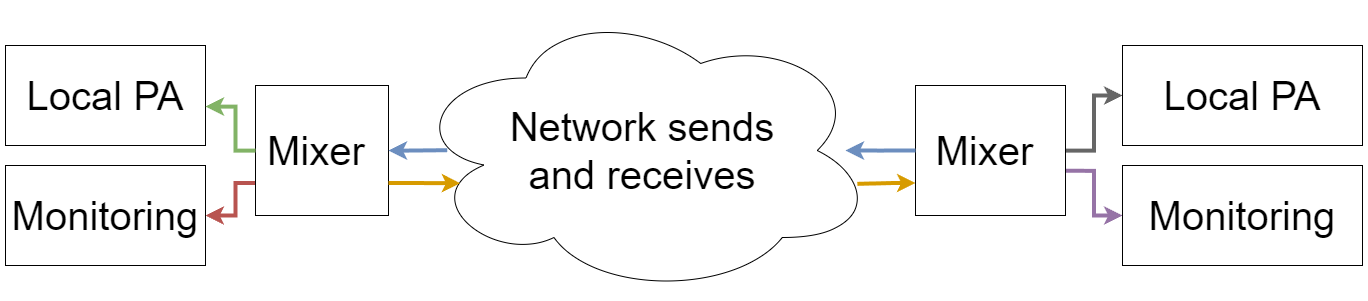
Above: public/img/nmp-quality-mixer-req.png in aleksati/aleksati (draw.io), before the change. Source tidied: cells renumbered, new cells last; positions are measured from the earlier drawing's top-left corner, leaving out a move shared by most shapes. The source it was exported from:
```xml
<mxGraphModel>
  <root>
    <mxCell id="0" />
    <mxCell id="1" parent="0" />
    <mxCell id="2" style="edgeStyle=orthogonalEdgeStyle;rounded=0;jettySize=auto;html=1;exitX=0;exitY=0.75;exitDx=0;exitDy=0;strokeWidth=4;fillColor=#f8cecc;strokeColor=#b85450;entryX=1;entryY=0.5;entryDx=0;entryDy=0;" parent="1" edge="1" source="3" target="5">
      <mxGeometry relative="1" as="geometry">
        <Array as="points">
          <mxPoint x="230" y="178" />
          <mxPoint x="230" y="210" />
        </Array>
      </mxGeometry>
    </mxCell>
    <mxCell id="3" value="&lt;font style=&quot;font-size: 40px;&quot;&gt;Mixer&amp;nbsp;&lt;/font&gt;" style="rounded=0;whiteSpace=wrap;html=1;" parent="1" vertex="1">
      <mxGeometry x="250" y="80" width="133" height="130" as="geometry" />
    </mxCell>
    <mxCell id="4" value="&lt;font style=&quot;font-size: 40px;&quot;&gt;Local PA&lt;/font&gt;" style="rounded=0;whiteSpace=wrap;html=1;" parent="1" vertex="1">
      <mxGeometry y="40" width="200" height="100" as="geometry" />
    </mxCell>
    <mxCell id="5" value="&lt;span style=&quot;font-size: 40px;&quot;&gt;Monitoring&lt;/span&gt;" style="rounded=0;whiteSpace=wrap;html=1;" parent="1" vertex="1">
      <mxGeometry y="160" width="200" height="100" as="geometry" />
    </mxCell>
    <mxCell id="6" style="edgeStyle=orthogonalEdgeStyle;rounded=0;jettySize=auto;html=1;strokeWidth=4;fillColor=#d5e8d4;strokeColor=#82b366;" parent="1" edge="1" source="3">
      <mxGeometry relative="1" as="geometry">
        <mxPoint x="200" y="100" as="targetPoint" />
        <Array as="points">
          <mxPoint x="230" y="145" />
          <mxPoint x="230" y="101" />
          <mxPoint x="200" y="101" />
        </Array>
      </mxGeometry>
    </mxCell>
    <mxCell id="7" value="&lt;font style=&quot;font-size: 40px;&quot;&gt;Network sends&lt;br&gt;and receives&lt;/font&gt;" style="ellipse;shape=cloud;whiteSpace=wrap;html=1;" parent="1" vertex="1">
      <mxGeometry x="404" width="466" height="290" as="geometry" />
    </mxCell>
    <mxCell id="8" style="edgeStyle=orthogonalEdgeStyle;rounded=0;jettySize=auto;html=1;strokeWidth=4;fillColor=#f5f5f5;strokeColor=#666666;" parent="1" edge="1" source="10" target="11">
      <mxGeometry relative="1" as="geometry" />
    </mxCell>
    <mxCell id="9" style="edgeStyle=orthogonalEdgeStyle;rounded=0;jettySize=auto;html=1;exitX=0.997;exitY=0.656;exitDx=0;exitDy=0;strokeWidth=4;exitPerimeter=0;fillColor=#e1d5e7;strokeColor=#9673a6;" parent="1" edge="1" source="10" target="12">
      <mxGeometry relative="1" as="geometry" />
    </mxCell>
    <mxCell id="10" value="&lt;font style=&quot;font-size: 40px;&quot;&gt;Mixer&amp;nbsp;&lt;/font&gt;" style="rounded=0;whiteSpace=wrap;html=1;" parent="1" vertex="1">
      <mxGeometry x="910" y="80" width="150" height="130" as="geometry" />
    </mxCell>
    <mxCell id="11" value="&lt;font style=&quot;font-size: 40px;&quot;&gt;Local PA&lt;/font&gt;" style="rounded=0;whiteSpace=wrap;html=1;" parent="1" vertex="1">
      <mxGeometry x="1117" y="40" width="240" height="100" as="geometry" />
    </mxCell>
    <mxCell id="12" value="&lt;span style=&quot;font-size: 40px;&quot;&gt;Monitoring&lt;/span&gt;" style="rounded=0;whiteSpace=wrap;html=1;" parent="1" vertex="1">
      <mxGeometry x="1117" y="160" width="240" height="100" as="geometry" />
    </mxCell>
    <mxCell id="13" style="edgeStyle=orthogonalEdgeStyle;rounded=0;jettySize=auto;html=1;exitX=0;exitY=0.75;exitDx=0;exitDy=0;entryX=0.961;entryY=0.615;entryDx=0;entryDy=0;entryPerimeter=0;strokeWidth=4;fillColor=#ffe6cc;strokeColor=#d79b00;startArrow=classic;startFill=1;endArrow=none;endFill=0;" parent="1" edge="1" source="10" target="7">
      <mxGeometry relative="1" as="geometry" />
    </mxCell>
    <mxCell id="14" style="edgeStyle=orthogonalEdgeStyle;rounded=0;jettySize=auto;html=1;entryX=0.081;entryY=0.499;entryDx=0;entryDy=0;entryPerimeter=0;startArrow=classic;startFill=1;endArrow=none;endFill=0;strokeWidth=4;fillColor=#dae8fc;strokeColor=#6c8ebf;" parent="1" edge="1" source="3" target="7">
      <mxGeometry relative="1" as="geometry" />
    </mxCell>
    <mxCell id="15" style="edgeStyle=orthogonalEdgeStyle;rounded=0;jettySize=auto;html=1;exitX=1;exitY=0.75;exitDx=0;exitDy=0;entryX=0.109;entryY=0.613;entryDx=0;entryDy=0;entryPerimeter=0;fillColor=#ffe6cc;strokeColor=#d79b00;strokeWidth=4;" parent="1" edge="1" source="3" target="7">
      <mxGeometry relative="1" as="geometry" />
    </mxCell>
    <mxCell id="16" style="edgeStyle=orthogonalEdgeStyle;rounded=0;jettySize=auto;html=1;exitX=0;exitY=0.5;exitDx=0;exitDy=0;fillColor=#dae8fc;strokeColor=#6c8ebf;strokeWidth=4;" parent="1" edge="1" source="10">
      <mxGeometry relative="1" as="geometry">
        <mxPoint x="840" y="145" as="targetPoint" />
      </mxGeometry>
    </mxCell>
  </root>
</mxGraphModel>
```
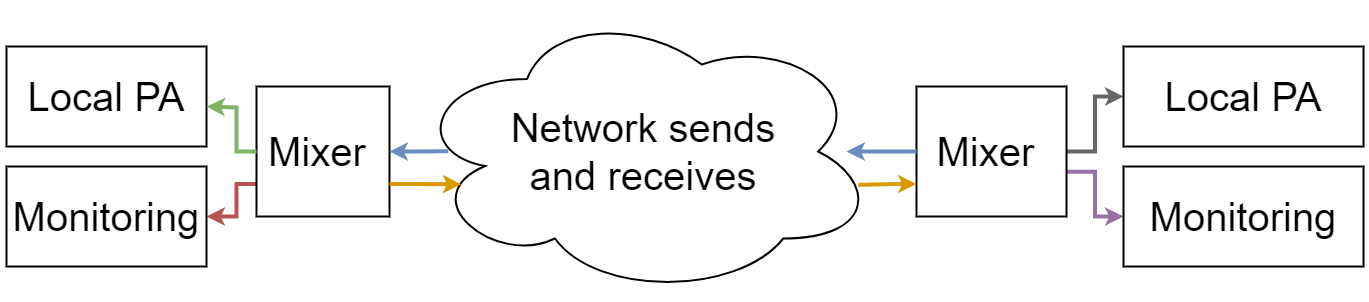
Later version of the same file.

What changed in the source:
```diff
@@ -10,13 +10,13 @@
         </Array>
       </mxGeometry>
     </mxCell>
-    <mxCell id="3" value="&lt;font style=&quot;font-size: 40px;&quot;&gt;Mixer&amp;nbsp;&lt;/font&gt;" style="rounded=0;whiteSpace=wrap;html=1;" parent="1" vertex="1">
+    <mxCell id="3" value="&lt;font style=&quot;font-size: 40px;&quot;&gt;Mixer&amp;nbsp;&lt;/font&gt;" style="rounded=0;whiteSpace=wrap;html=1;strokeWidth=2;" parent="1" vertex="1">
       <mxGeometry x="250" y="80" width="133" height="130" as="geometry" />
     </mxCell>
-    <mxCell id="4" value="&lt;font style=&quot;font-size: 40px;&quot;&gt;Local PA&lt;/font&gt;" style="rounded=0;whiteSpace=wrap;html=1;" parent="1" vertex="1">
+    <mxCell id="4" value="&lt;font style=&quot;font-size: 40px;&quot;&gt;Local PA&lt;/font&gt;" style="rounded=0;whiteSpace=wrap;html=1;strokeWidth=2;" parent="1" vertex="1">
       <mxGeometry y="40" width="200" height="100" as="geometry" />
     </mxCell>
-    <mxCell id="5" value="&lt;span style=&quot;font-size: 40px;&quot;&gt;Monitoring&lt;/span&gt;" style="rounded=0;whiteSpace=wrap;html=1;" parent="1" vertex="1">
+    <mxCell id="5" value="&lt;span style=&quot;font-size: 40px;&quot;&gt;Monitoring&lt;/span&gt;" style="rounded=0;whiteSpace=wrap;html=1;strokeWidth=2;" parent="1" vertex="1">
       <mxGeometry y="160" width="200" height="100" as="geometry" />
     </mxCell>
     <mxCell id="6" style="edgeStyle=orthogonalEdgeStyle;rounded=0;jettySize=auto;html=1;strokeWidth=4;fillColor=#d5e8d4;strokeColor=#82b366;" parent="1" edge="1" source="3">
@@ -29,7 +29,7 @@
         </Array>
       </mxGeometry>
     </mxCell>
-    <mxCell id="7" value="&lt;font style=&quot;font-size: 40px;&quot;&gt;Network sends&lt;br&gt;and receives&lt;/font&gt;" style="ellipse;shape=cloud;whiteSpace=wrap;html=1;" parent="1" vertex="1">
+    <mxCell id="7" value="&lt;font style=&quot;font-size: 40px;&quot;&gt;Network sends&lt;br&gt;and receives&lt;/font&gt;" style="ellipse;shape=cloud;whiteSpace=wrap;html=1;strokeWidth=2;" parent="1" vertex="1">
       <mxGeometry x="404" width="466" height="290" as="geometry" />
     </mxCell>
     <mxCell id="8" style="edgeStyle=orthogonalEdgeStyle;rounded=0;jettySize=auto;html=1;strokeWidth=4;fillColor=#f5f5f5;strokeColor=#666666;" parent="1" edge="1" source="10" target="11">
@@ -38,13 +38,13 @@
     <mxCell id="9" style="edgeStyle=orthogonalEdgeStyle;rounded=0;jettySize=auto;html=1;exitX=0.997;exitY=0.656;exitDx=0;exitDy=0;strokeWidth=4;exitPerimeter=0;fillColor=#e1d5e7;strokeColor=#9673a6;" parent="1" edge="1" source="10" target="12">
       <mxGeometry relative="1" as="geometry" />
     </mxCell>
-    <mxCell id="10" value="&lt;font style=&quot;font-size: 40px;&quot;&gt;Mixer&amp;nbsp;&lt;/font&gt;" style="rounded=0;whiteSpace=wrap;html=1;" parent="1" vertex="1">
+    <mxCell id="10" value="&lt;font style=&quot;font-size: 40px;&quot;&gt;Mixer&amp;nbsp;&lt;/font&gt;" style="rounded=0;whiteSpace=wrap;html=1;strokeWidth=2;" parent="1" vertex="1">
       <mxGeometry x="910" y="80" width="150" height="130" as="geometry" />
     </mxCell>
-    <mxCell id="11" value="&lt;font style=&quot;font-size: 40px;&quot;&gt;Local PA&lt;/font&gt;" style="rounded=0;whiteSpace=wrap;html=1;" parent="1" vertex="1">
+    <mxCell id="11" value="&lt;font style=&quot;font-size: 40px;&quot;&gt;Local PA&lt;/font&gt;" style="rounded=0;whiteSpace=wrap;html=1;strokeWidth=2;" parent="1" vertex="1">
       <mxGeometry x="1117" y="40" width="240" height="100" as="geometry" />
     </mxCell>
-    <mxCell id="12" value="&lt;span style=&quot;font-size: 40px;&quot;&gt;Monitoring&lt;/span&gt;" style="rounded=0;whiteSpace=wrap;html=1;" parent="1" vertex="1">
+    <mxCell id="12" value="&lt;span style=&quot;font-size: 40px;&quot;&gt;Monitoring&lt;/span&gt;" style="rounded=0;whiteSpace=wrap;html=1;strokeWidth=2;" parent="1" vertex="1">
       <mxGeometry x="1117" y="160" width="240" height="100" as="geometry" />
     </mxCell>
     <mxCell id="13" style="edgeStyle=orthogonalEdgeStyle;rounded=0;jettySize=auto;html=1;exitX=0;exitY=0.75;exitDx=0;exitDy=0;entryX=0.961;entryY=0.615;entryDx=0;entryDy=0;entryPerimeter=0;strokeWidth=4;fillColor=#ffe6cc;strokeColor=#d79b00;startArrow=classic;startFill=1;endArrow=none;endFill=0;" parent="1" edge="1" source="10" target="7">
```
